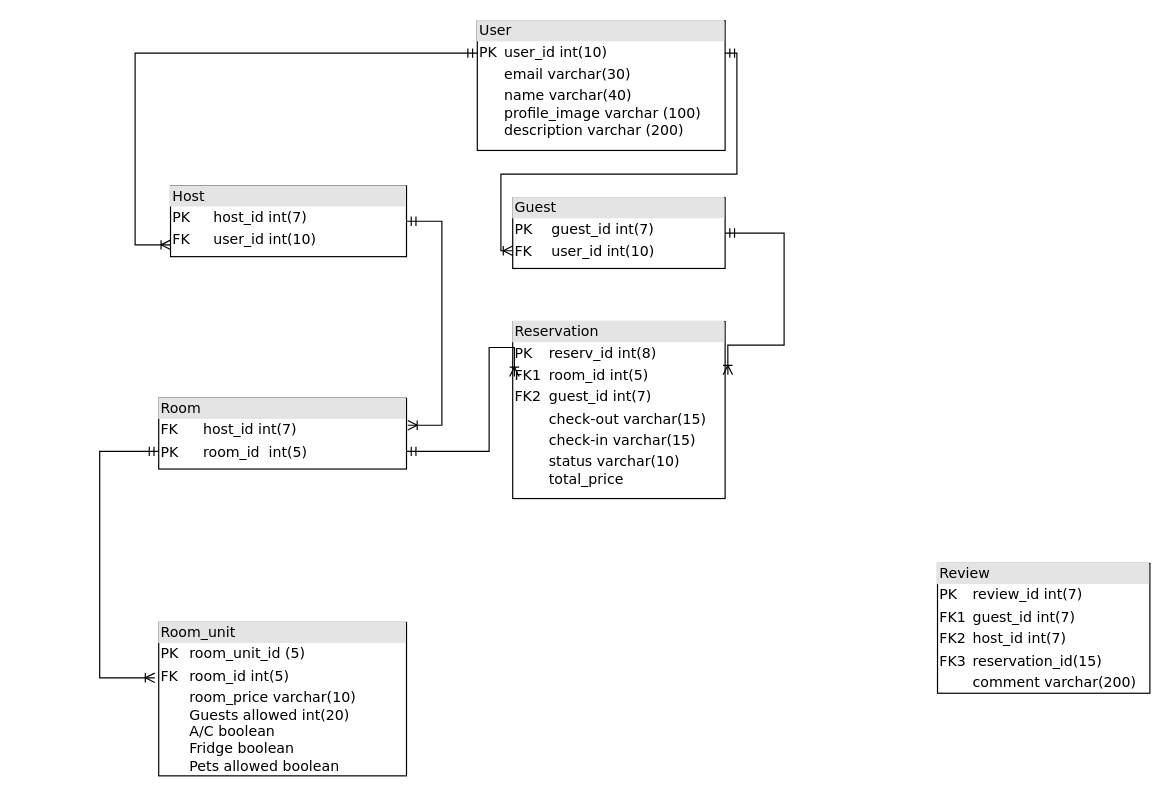
Earlier version of the draw.io diagram Диаграмма без названия.drawio (chepuralex1991/Giphy-bot). Source tidied: cells renumbered, new cells numbered last; positions are measured from the earlier drawing's top-left corner, leaving out a move shared by most shapes. Both pictures are drawn from the tidied source at 118%, with x=0, y=0 at pixel (99, 20).
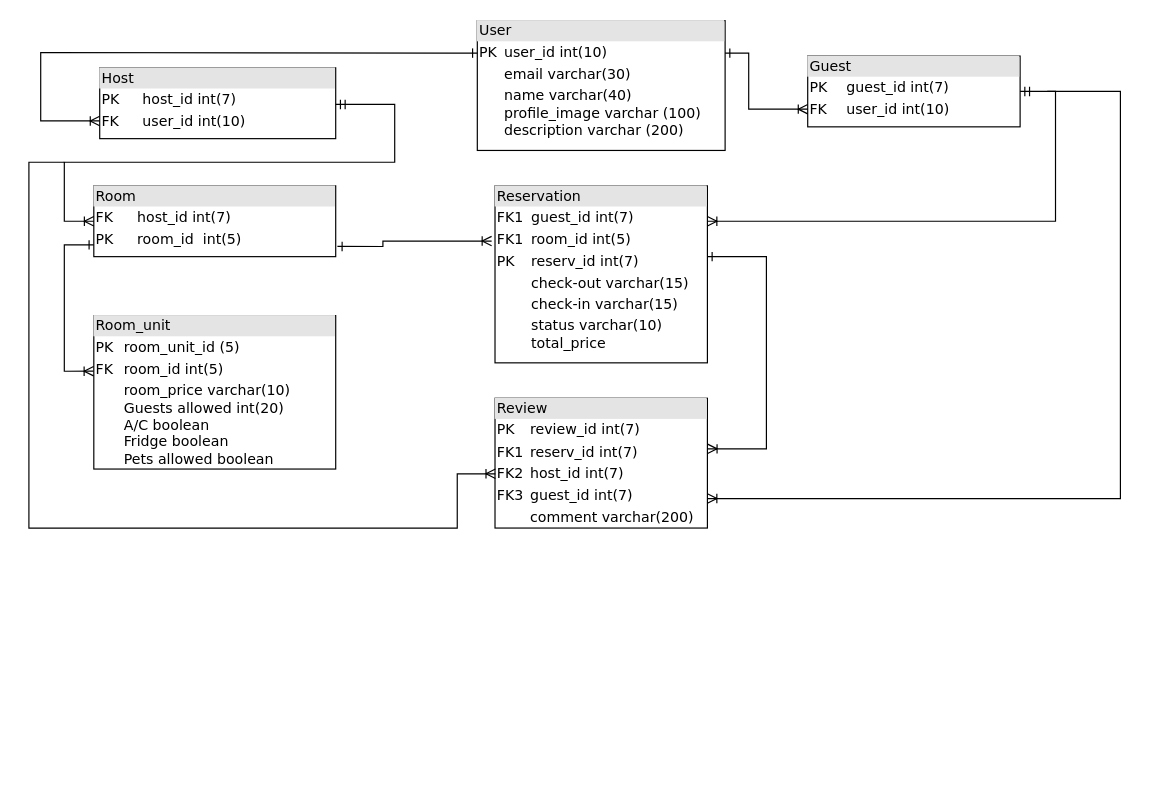
Above is the later version.

The change refers to these unchanged cells:
```xml
<mxCell id="2" value="&lt;div style=&quot;box-sizing:border-box;width:100%;background:#e4e4e4;padding:2px;&quot;&gt;User&lt;/div&gt;&lt;table style=&quot;width:100%;font-size:1em;&quot; cellpadding=&quot;2&quot; cellspacing=&quot;0&quot;&gt;&lt;tbody&gt;&lt;tr&gt;&lt;td&gt;PK&lt;/td&gt;&lt;td&gt;user_id int(10)&lt;/td&gt;&lt;/tr&gt;&lt;tr&gt;&lt;td&gt;&lt;br&gt;&lt;/td&gt;&lt;td&gt;email varchar(30)&lt;/td&gt;&lt;/tr&gt;&lt;tr&gt;&lt;td&gt;&lt;/td&gt;&lt;td&gt;name varchar(40)&lt;br&gt;profile_image varchar (100)&lt;br style=&quot;border-color: var(--border-color);&quot;&gt;description varchar (200)&lt;br&gt;&lt;/td&gt;&lt;/tr&gt;&lt;/tbody&gt;&lt;/table&gt;" style="verticalAlign=top;align=left;overflow=fill;html=1;rounded=0;shadow=0;comic=0;labelBackgroundColor=none;strokeWidth=1;fontFamily=Verdana;fontSize=12;" parent="1" vertex="1">
  <mxGeometry x="320" width="210" height="110" as="geometry" />
</mxCell>
```

Diff of the diagram source:
```diff
@@
     <mxCell id="3" value="&lt;div style=&quot;box-sizing: border-box ; width: 100% ; background: #e4e4e4 ; padding: 2px&quot;&gt;Room_unit&lt;/div&gt;&lt;table style=&quot;width: 100% ; font-size: 1em&quot; cellpadding=&quot;2&quot; cellspacing=&quot;0&quot;&gt;&lt;tbody&gt;&lt;tr&gt;&lt;td&gt;PK&lt;/td&gt;&lt;td&gt;room_unit_id (5)&lt;/td&gt;&lt;/tr&gt;&lt;tr&gt;&lt;td&gt;FK&lt;/td&gt;&lt;td&gt;room_id int(5)&lt;br&gt;&lt;/td&gt;&lt;/tr&gt;&lt;tr&gt;&lt;td&gt;&lt;/td&gt;&lt;td&gt;room_price varchar(10)&lt;br&gt;Guests allowed int(20)&lt;br&gt;A/C boolean&lt;br&gt;Fridge boolean&lt;br&gt;Pets allowed boolean&lt;br&gt;&lt;br&gt;&lt;br&gt;&lt;/td&gt;&lt;/tr&gt;&lt;tr&gt;&lt;td&gt;&lt;br&gt;&lt;/td&gt;&lt;td&gt;&lt;br&gt;&lt;/td&gt;&lt;/tr&gt;&lt;/tbody&gt;&lt;/table&gt;" style="verticalAlign=top;align=left;overflow=fill;html=1;rounded=0;shadow=0;comic=0;labelBackgroundColor=none;strokeWidth=1;fontFamily=Verdana;fontSize=12;" parent="1" vertex="1">
-      <mxGeometry x="50" y="510" width="210" height="130" as="geometry" />
+      <mxGeometry x="-5" y="250" width="205" height="130" as="geometry" />
     </mxCell>
     <mxCell id="4" value="&lt;div style=&quot;box-sizing: border-box ; width: 100% ; background: #e4e4e4 ; padding: 2px&quot;&gt;Room&lt;/div&gt;&lt;table style=&quot;width: 100% ; font-size: 1em&quot; cellpadding=&quot;2&quot; cellspacing=&quot;0&quot;&gt;&lt;tbody&gt;&lt;tr&gt;&lt;td&gt;FK&lt;/td&gt;&lt;td&gt;host_id int(7)&lt;/td&gt;&lt;/tr&gt;&lt;tr&gt;&lt;td&gt;PK&lt;/td&gt;&lt;td&gt;room_id&amp;nbsp; int(5)&lt;/td&gt;&lt;/tr&gt;&lt;tr&gt;&lt;td&gt;&lt;/td&gt;&lt;td&gt;&lt;br&gt;&lt;/td&gt;&lt;/tr&gt;&lt;tr&gt;&lt;td&gt;&lt;br&gt;&lt;/td&gt;&lt;td&gt;&lt;br&gt;&lt;/td&gt;&lt;/tr&gt;&lt;/tbody&gt;&lt;/table&gt;" style="verticalAlign=top;align=left;overflow=fill;html=1;rounded=0;shadow=0;comic=0;labelBackgroundColor=none;strokeWidth=1;fontFamily=Verdana;fontSize=12;" parent="1" vertex="1">
-      <mxGeometry x="50" y="320" width="210" height="60" as="geometry" />
+      <mxGeometry x="-5" y="140" width="205" height="60" as="geometry" />
     </mxCell>
     <mxCell id="5" value="&lt;div style=&quot;box-sizing:border-box;width:100%;background:#e4e4e4;padding:2px;&quot;&gt;Host&lt;/div&gt;&lt;table style=&quot;width:100%;font-size:1em;&quot; cellpadding=&quot;2&quot; cellspacing=&quot;0&quot;&gt;&lt;tbody&gt;&lt;tr&gt;&lt;td&gt;PK&lt;/td&gt;&lt;td&gt;host_id int(7)&lt;/td&gt;&lt;/tr&gt;&lt;tr&gt;&lt;td&gt;FK&lt;/td&gt;&lt;td&gt;user_id int(10)&lt;/td&gt;&lt;/tr&gt;&lt;tr&gt;&lt;td&gt;&lt;/td&gt;&lt;td&gt;&lt;br&gt;&lt;/td&gt;&lt;/tr&gt;&lt;/tbody&gt;&lt;/table&gt;" style="verticalAlign=top;align=left;overflow=fill;html=1;rounded=0;shadow=0;comic=0;labelBackgroundColor=none;strokeWidth=1;fontFamily=Verdana;fontSize=12;" parent="1" vertex="1">
-      <mxGeometry x="60" y="140" width="200" height="60" as="geometry" />
+      <mxGeometry y="40" width="200" height="60" as="geometry" />
     </mxCell>
-    <mxCell id="6" value="&lt;div style=&quot;box-sizing: border-box ; width: 100% ; background: #e4e4e4 ; padding: 2px&quot;&gt;Reservation&lt;/div&gt;&lt;table style=&quot;width: 100% ; font-size: 1em&quot; cellpadding=&quot;2&quot; cellspacing=&quot;0&quot;&gt;&lt;tbody&gt;&lt;tr&gt;&lt;td&gt;PK&lt;/td&gt;&lt;td&gt;reserv_id int(8)&lt;/td&gt;&lt;/tr&gt;&lt;tr&gt;&lt;td&gt;FK1&lt;/td&gt;&lt;td&gt;room_id int(5)&lt;/td&gt;&lt;/tr&gt;&lt;tr&gt;&lt;td&gt;FK2&lt;/td&gt;&lt;td&gt;guest_id int(7)&lt;/td&gt;&lt;/tr&gt;&lt;tr&gt;&lt;td&gt;&lt;br&gt;&lt;/td&gt;&lt;td&gt;check-out varchar(15)&lt;br&gt;&lt;/td&gt;&lt;/tr&gt;&lt;tr&gt;&lt;td&gt;&lt;br&gt;&lt;/td&gt;&lt;td&gt;check-in varchar(15)&lt;/td&gt;&lt;/tr&gt;&lt;tr&gt;&lt;td&gt;&lt;br&gt;&lt;/td&gt;&lt;td&gt;status varchar(10)&lt;br&gt;total_price&amp;nbsp;&lt;/td&gt;&lt;/tr&gt;&lt;/tbody&gt;&lt;/table&gt;" style="verticalAlign=top;align=left;overflow=fill;html=1;rounded=0;shadow=0;comic=0;labelBackgroundColor=none;strokeWidth=1;fontFamily=Verdana;fontSize=12;" parent="1" vertex="1">
-      <mxGeometry x="350" y="255" width="180" height="150" as="geometry" />
+    <mxCell id="6" value="&lt;div style=&quot;box-sizing: border-box ; width: 100% ; background: #e4e4e4 ; padding: 2px&quot;&gt;Reservation&lt;/div&gt;&lt;table style=&quot;width: 100% ; font-size: 1em&quot; cellpadding=&quot;2&quot; cellspacing=&quot;0&quot;&gt;&lt;tbody&gt;&lt;tr&gt;&lt;td&gt;FK1&lt;/td&gt;&lt;td&gt;guest_id int(7)&lt;br&gt;&lt;/td&gt;&lt;/tr&gt;&lt;tr&gt;&lt;td&gt;FK1&lt;/td&gt;&lt;td&gt;room_id int(5)&lt;/td&gt;&lt;/tr&gt;&lt;tr&gt;&lt;td&gt;PK&lt;/td&gt;&lt;td&gt;reserv_id int(7)&lt;/td&gt;&lt;/tr&gt;&lt;tr&gt;&lt;td&gt;&lt;br&gt;&lt;/td&gt;&lt;td&gt;check-out varchar(15)&lt;br&gt;&lt;/td&gt;&lt;/tr&gt;&lt;tr&gt;&lt;td&gt;&lt;br&gt;&lt;/td&gt;&lt;td&gt;check-in varchar(15)&lt;/td&gt;&lt;/tr&gt;&lt;tr&gt;&lt;td&gt;&lt;br&gt;&lt;/td&gt;&lt;td&gt;status varchar(10)&lt;br&gt;total_price&amp;nbsp;&lt;/td&gt;&lt;/tr&gt;&lt;/tbody&gt;&lt;/table&gt;" style="verticalAlign=top;align=left;overflow=fill;html=1;rounded=0;shadow=0;comic=0;labelBackgroundColor=none;strokeWidth=1;fontFamily=Verdana;fontSize=12;" parent="1" vertex="1">
+      <mxGeometry x="335" y="140" width="180" height="150" as="geometry" />
     </mxCell>
-    <mxCell id="7" style="edgeStyle=orthogonalEdgeStyle;html=1;endArrow=ERoneToMany;startArrow=ERmandOne;labelBackgroundColor=none;fontFamily=Verdana;fontSize=12;align=left;rounded=0;exitX=0;exitY=0.25;exitDx=0;exitDy=0;" parent="1" edge="1" source="2">
+    <mxCell id="7" style="edgeStyle=orthogonalEdgeStyle;html=1;endArrow=ERoneToMany;startArrow=ERone;labelBackgroundColor=none;fontFamily=Verdana;fontSize=12;align=left;rounded=0;exitX=0;exitY=0.25;exitDx=0;exitDy=0;entryX=0;entryY=0.75;entryDx=0;entryDy=0;startFill=0;" parent="1" edge="1" source="2" target="5">
       <mxGeometry relative="1" as="geometry">
-        <mxPoint x="60" y="190" as="targetPoint" />
         <Array as="points">
-          <mxPoint x="30" y="27" />
-          <mxPoint x="30" y="190" />
-          <mxPoint x="60" y="190" />
+          <mxPoint x="300" y="27" />
+          <mxPoint x="-50" y="27" />
+          <mxPoint x="-50" y="85" />
         </Array>
       </mxGeometry>
     </mxCell>
     <mxCell id="8" value="&lt;div style=&quot;box-sizing:border-box;width:100%;background:#e4e4e4;padding:2px;&quot;&gt;Guest&lt;/div&gt;&lt;table style=&quot;width:100%;font-size:1em;&quot; cellpadding=&quot;2&quot; cellspacing=&quot;0&quot;&gt;&lt;tbody&gt;&lt;tr&gt;&lt;td&gt;PK&lt;/td&gt;&lt;td&gt;guest_id int(7)&lt;/td&gt;&lt;/tr&gt;&lt;tr&gt;&lt;td&gt;FK&lt;/td&gt;&lt;td&gt;user_id int(10)&lt;/td&gt;&lt;/tr&gt;&lt;tr&gt;&lt;td&gt;&lt;/td&gt;&lt;td&gt;&lt;br&gt;&lt;/td&gt;&lt;/tr&gt;&lt;/tbody&gt;&lt;/table&gt;" style="verticalAlign=top;align=left;overflow=fill;html=1;rounded=0;shadow=0;comic=0;labelBackgroundColor=none;strokeWidth=1;fontFamily=Verdana;fontSize=12;" parent="1" vertex="1">
-      <mxGeometry x="350" y="150" width="180" height="60" as="geometry" />
+      <mxGeometry x="600" y="30" width="180" height="60" as="geometry" />
     </mxCell>
-    <mxCell id="9" style="edgeStyle=orthogonalEdgeStyle;html=1;endArrow=ERoneToMany;startArrow=ERmandOne;labelBackgroundColor=none;fontFamily=Verdana;fontSize=12;align=left;rounded=0;exitX=1;exitY=0.25;exitDx=0;exitDy=0;entryX=0;entryY=0.75;entryDx=0;entryDy=0;" parent="1" edge="1" source="2" target="8">
-      <mxGeometry relative="1" as="geometry">
-        <Array as="points">
-          <mxPoint x="540" y="28" />
-          <mxPoint x="540" y="130" />
-          <mxPoint x="340" y="130" />
-          <mxPoint x="340" y="195" />
-        </Array>
-      </mxGeometry>
-    </mxCell>
@@
-    <mxCell id="11" style="edgeStyle=orthogonalEdgeStyle;html=1;endArrow=ERoneToMany;startArrow=ERmandOne;labelBackgroundColor=none;fontFamily=Verdana;fontSize=12;align=left;exitX=1;exitY=0.5;rounded=0;exitDx=0;exitDy=0;entryX=1.005;entryY=0.381;entryDx=0;entryDy=0;entryPerimeter=0;" parent="1" edge="1" source="5" target="4">
-      <mxGeometry relative="1" as="geometry">
-        <Array as="points">
-          <mxPoint x="290" y="170" />
-          <mxPoint x="290" y="343" />
-        </Array>
-      </mxGeometry>
-    </mxCell>
-    <mxCell id="12" style="edgeStyle=orthogonalEdgeStyle;html=1;endArrow=ERoneToMany;startArrow=ERmandOne;labelBackgroundColor=none;fontFamily=Verdana;fontSize=12;align=left;exitX=0;exitY=0.75;rounded=0;exitDx=0;exitDy=0;entryX=-0.016;entryY=0.361;entryDx=0;entryDy=0;entryPerimeter=0;" parent="1" edge="1" source="4" target="3">
-      <mxGeometry relative="1" as="geometry">
-        <Array as="points">
-          <mxPoint y="365" />
-          <mxPoint y="557" />
-        </Array>
-      </mxGeometry>
-    </mxCell>
-    <mxCell id="13" value="&lt;div style=&quot;box-sizing: border-box ; width: 100% ; background: #e4e4e4 ; padding: 2px&quot;&gt;Review&lt;/div&gt;&lt;table style=&quot;width: 100% ; font-size: 1em&quot; cellpadding=&quot;2&quot; cellspacing=&quot;0&quot;&gt;&lt;tbody&gt;&lt;tr&gt;&lt;td&gt;PK&lt;/td&gt;&lt;td&gt;review_id int(7)&lt;/td&gt;&lt;/tr&gt;&lt;tr&gt;&lt;td&gt;FK1&lt;/td&gt;&lt;td&gt;guest_id int(7)&lt;/td&gt;&lt;/tr&gt;&lt;tr&gt;&lt;td&gt;FK2&lt;/td&gt;&lt;td&gt;host_id int(7)&lt;/td&gt;&lt;/tr&gt;&lt;tr&gt;&lt;td&gt;FK3&lt;/td&gt;&lt;td&gt;reservation_id(15)&lt;br&gt;&lt;/td&gt;&lt;/tr&gt;&lt;tr&gt;&lt;td&gt;&lt;br&gt;&lt;/td&gt;&lt;td&gt;comment varchar(200)&lt;/td&gt;&lt;/tr&gt;&lt;/tbody&gt;&lt;/table&gt;" style="verticalAlign=top;align=left;overflow=fill;html=1;rounded=0;shadow=0;comic=0;labelBackgroundColor=none;strokeWidth=1;fontFamily=Verdana;fontSize=12;" parent="1" vertex="1">
-      <mxGeometry x="710" y="460" width="180" height="110" as="geometry" />
+    <mxCell id="13" value="&lt;div style=&quot;box-sizing: border-box ; width: 100% ; background: #e4e4e4 ; padding: 2px&quot;&gt;Review&lt;/div&gt;&lt;table style=&quot;width: 100% ; font-size: 1em&quot; cellpadding=&quot;2&quot; cellspacing=&quot;0&quot;&gt;&lt;tbody&gt;&lt;tr&gt;&lt;td&gt;PK&lt;/td&gt;&lt;td&gt;review_id int(7)&lt;/td&gt;&lt;/tr&gt;&lt;tr&gt;&lt;td&gt;FK1&lt;/td&gt;&lt;td&gt;reserv_id int(7)&lt;br&gt;&lt;/td&gt;&lt;/tr&gt;&lt;tr&gt;&lt;td&gt;FK2&lt;/td&gt;&lt;td&gt;host_id int(7)&lt;/td&gt;&lt;/tr&gt;&lt;tr&gt;&lt;td&gt;FK3&lt;/td&gt;&lt;td&gt;guest_id int(7)&lt;br&gt;&lt;/td&gt;&lt;/tr&gt;&lt;tr&gt;&lt;td&gt;&lt;br&gt;&lt;/td&gt;&lt;td&gt;comment varchar(200)&lt;/td&gt;&lt;/tr&gt;&lt;/tbody&gt;&lt;/table&gt;" style="verticalAlign=top;align=left;overflow=fill;html=1;rounded=0;shadow=0;comic=0;labelBackgroundColor=none;strokeWidth=1;fontFamily=Verdana;fontSize=12;" parent="1" vertex="1">
+      <mxGeometry x="335" y="320" width="180" height="110" as="geometry" />
     </mxCell>
-    <mxCell id="14" style="edgeStyle=orthogonalEdgeStyle;html=1;endArrow=ERoneToMany;startArrow=ERmandOne;labelBackgroundColor=none;fontFamily=Verdana;fontSize=12;align=left;exitX=1;exitY=0.5;rounded=0;exitDx=0;exitDy=0;entryX=1.013;entryY=0.301;entryDx=0;entryDy=0;entryPerimeter=0;" parent="1" edge="1" source="8" target="6">
+    <mxCell id="14" style="edgeStyle=orthogonalEdgeStyle;html=1;endArrow=ERoneToMany;startArrow=ERmandOne;labelBackgroundColor=none;fontFamily=Verdana;fontSize=12;align=left;exitX=1;exitY=0.5;rounded=0;exitDx=0;exitDy=0;" parent="1" edge="1" source="8" target="6">
       <mxGeometry relative="1" as="geometry">
         <Array as="points">
-          <mxPoint x="580" y="180" />
-          <mxPoint x="580" y="275" />
+          <mxPoint x="810" y="60" />
+          <mxPoint x="810" y="170" />
         </Array>
       </mxGeometry>
     </mxCell>
+    <mxCell id="9" style="edgeStyle=orthogonalEdgeStyle;html=1;endArrow=ERoneToMany;startArrow=ERone;labelBackgroundColor=none;fontFamily=Verdana;fontSize=12;align=left;rounded=0;exitX=1;exitY=0.25;exitDx=0;exitDy=0;entryX=0;entryY=0.75;entryDx=0;entryDy=0;startFill=0;" parent="1" edge="1" source="2" target="8">
+      <mxGeometry relative="1" as="geometry">
+        <Array as="points">
+          <mxPoint x="550" y="27" />
+          <mxPoint x="550" y="75" />
+        </Array>
+      </mxGeometry>
+    </mxCell>
+    <mxCell id="16" style="edgeStyle=orthogonalEdgeStyle;html=1;endArrow=ERoneToMany;startArrow=none;labelBackgroundColor=none;fontFamily=Verdana;fontSize=12;align=left;rounded=0;startFill=0;" parent="1" edge="1">
+      <mxGeometry relative="1" as="geometry">
+        <mxPoint x="803" y="60" as="sourcePoint" />
+        <mxPoint x="515" y="405" as="targetPoint" />
+        <Array as="points">
+          <mxPoint x="803" y="60" />
+          <mxPoint x="865" y="60" />
+          <mxPoint x="865" y="405" />
+        </Array>
+      </mxGeometry>
+    </mxCell>
+    <mxCell id="12" style="edgeStyle=orthogonalEdgeStyle;html=1;endArrow=ERoneToMany;startArrow=ERone;labelBackgroundColor=none;fontFamily=Verdana;fontSize=12;align=left;rounded=0;entryX=-0.001;entryY=0.362;entryDx=0;entryDy=0;entryPerimeter=0;startFill=0;" parent="1" edge="1" source="4" target="3">
+      <mxGeometry relative="1" as="geometry">
+        <Array as="points">
+          <mxPoint x="-30" y="190" />
+          <mxPoint x="-30" y="297" />
+        </Array>
+      </mxGeometry>
+    </mxCell>
+    <mxCell id="17" style="edgeStyle=orthogonalEdgeStyle;html=1;endArrow=ERoneToMany;startArrow=ERmandOne;labelBackgroundColor=none;fontFamily=Verdana;fontSize=12;align=left;rounded=0;exitX=1;exitY=0.25;exitDx=0;exitDy=0;startFill=0;entryX=0;entryY=0.5;entryDx=0;entryDy=0;" parent="1" edge="1" target="4">
+      <mxGeometry relative="1" as="geometry">
+        <mxPoint x="200" y="71" as="sourcePoint" />
+        <Array as="points">
+          <mxPoint x="250" y="71" />
+          <mxPoint x="250" y="120" />
+          <mxPoint x="-30" y="120" />
+          <mxPoint x="-30" y="170" />
+        </Array>
+      </mxGeometry>
+    </mxCell>
+    <mxCell id="18" style="edgeStyle=orthogonalEdgeStyle;html=1;endArrow=ERoneToMany;startArrow=ERone;labelBackgroundColor=none;fontFamily=Verdana;fontSize=12;align=left;rounded=0;exitX=1;exitY=0.25;exitDx=0;exitDy=0;startFill=0;entryX=1.001;entryY=0.39;entryDx=0;entryDy=0;entryPerimeter=0;" parent="1" edge="1" target="13">
+      <mxGeometry relative="1" as="geometry">
+        <mxPoint x="515" y="200" as="sourcePoint" />
+        <Array as="points">
+          <mxPoint x="565" y="200" />
+          <mxPoint x="565" y="363" />
+        </Array>
+      </mxGeometry>
+    </mxCell>
-    <mxCell id="15" style="edgeStyle=orthogonalEdgeStyle;html=1;endArrow=ERoneToMany;startArrow=ERmandOne;labelBackgroundColor=none;fontFamily=Verdana;fontSize=12;align=left;exitX=1;exitY=0.75;rounded=0;entryX=0.008;entryY=0.311;entryDx=0;entryDy=0;entryPerimeter=0;exitDx=0;exitDy=0;" parent="1" edge="1" source="4" target="6">
+    <mxCell id="15" style="edgeStyle=orthogonalEdgeStyle;html=1;endArrow=ERoneToMany;startArrow=ERone;labelBackgroundColor=none;fontFamily=Verdana;fontSize=12;align=left;rounded=0;startFill=0;exitX=1.007;exitY=0.856;exitDx=0;exitDy=0;exitPerimeter=0;entryX=-0.016;entryY=0.312;entryDx=0;entryDy=0;entryPerimeter=0;" parent="1" edge="1" source="4" target="6">
       <mxGeometry relative="1" as="geometry">
         <Array as="points">
-          <mxPoint x="330" y="365" />
-          <mxPoint x="330" y="277" />
+          <mxPoint x="240" y="191" />
+          <mxPoint x="240" y="187" />
         </Array>
       </mxGeometry>
     </mxCell>
+    <mxCell id="19" style="edgeStyle=orthogonalEdgeStyle;html=1;endArrow=ERoneToMany;startArrow=none;labelBackgroundColor=none;fontFamily=Verdana;fontSize=12;align=left;rounded=0;startFill=0;entryX=0.002;entryY=0.582;entryDx=0;entryDy=0;entryPerimeter=0;" parent="1" edge="1" target="13">
+      <mxGeometry relative="1" as="geometry">
+        <mxPoint x="-30" y="120" as="sourcePoint" />
+        <Array as="points">
+          <mxPoint x="-30" y="120" />
+          <mxPoint x="-60" y="120" />
+          <mxPoint x="-60" y="430" />
+          <mxPoint x="303" y="430" />
+          <mxPoint x="303" y="384" />
+        </Array>
+      </mxGeometry>
+    </mxCell>
```
